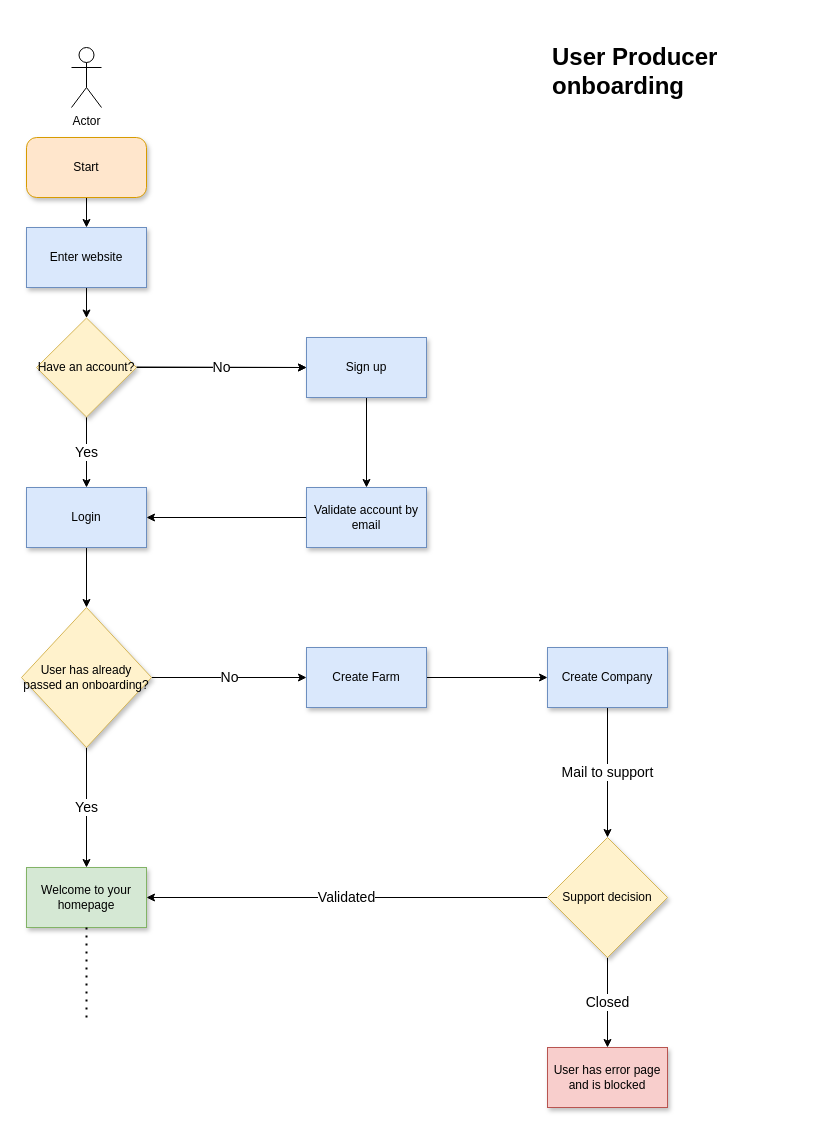
Earlier version of the draw.io diagram Untitled Diagram.drawio (Cavanna-dev/diamonddogs). Source tidied: cells renumbered, new cells numbered last; positions are measured from the earlier drawing's top-left corner, leaving out a move shared by most shapes. Both pictures are drawn from the tidied source at 100%, with x=0, y=0 at pixel (21, 37).
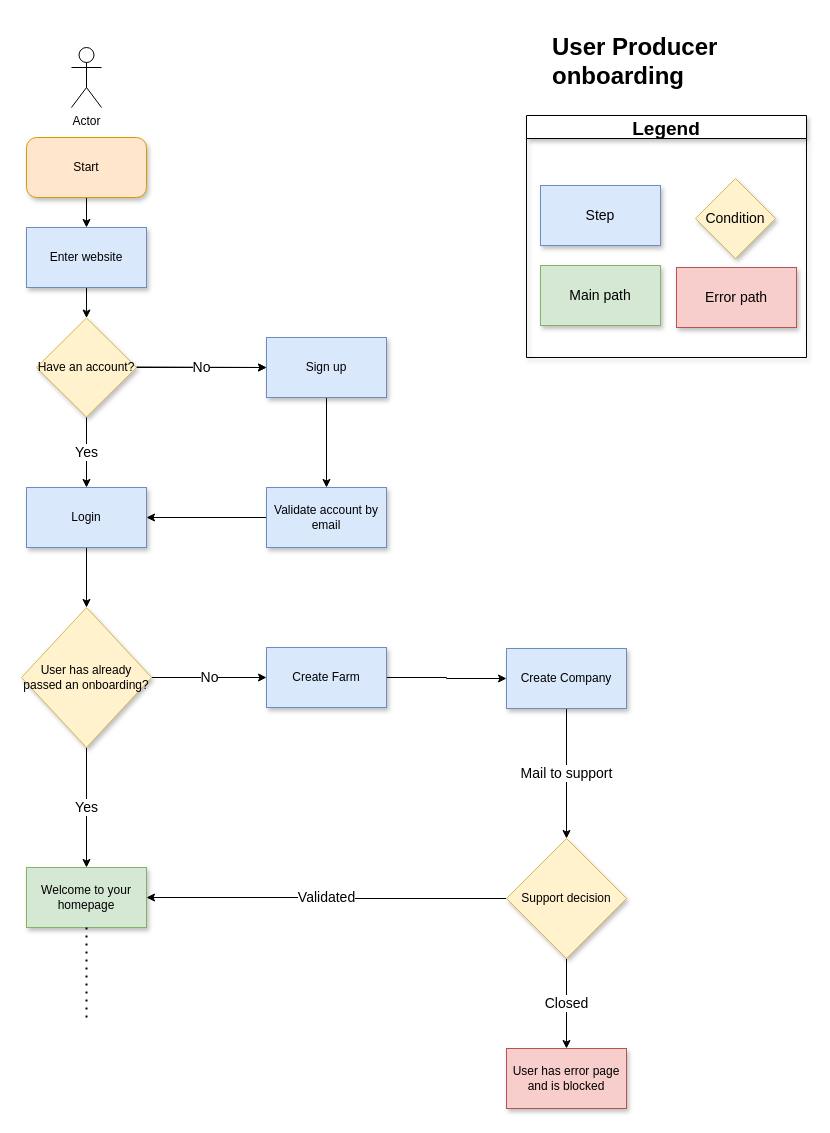
After the change.

Change to the diagram source:
```diff
@@
-<mxGraphModel>
+<mxGraphModel background="#FFFFFF">
@@
     <mxCell id="11" value="Sign up" style="whiteSpace=wrap;html=1;fillColor=#dae8fc;strokeColor=#6c8ebf;shadow=1;" parent="1" vertex="1">
-      <mxGeometry x="285" y="300" width="120" height="60" as="geometry" />
+      <mxGeometry x="245" y="300" width="120" height="60" as="geometry" />
     </mxCell>
@@
-    <mxCell id="14" value="&lt;h1&gt;User Producer onboarding&lt;/h1&gt;" style="text;html=1;strokeColor=none;fillColor=none;spacing=5;spacingTop=-20;whiteSpace=wrap;overflow=hidden;rounded=0;" parent="1" vertex="1">
-      <mxGeometry x="526" width="190" height="120" as="geometry" />
+    <mxCell id="14" value="&lt;h1&gt;User Producer onboarding&lt;br&gt;&lt;br&gt;&lt;/h1&gt;" style="text;html=1;strokeColor=none;fillColor=none;spacing=5;spacingTop=-20;whiteSpace=wrap;overflow=hidden;rounded=0;" parent="1" vertex="1">
+      <mxGeometry x="526" y="-10" width="239" height="70" as="geometry" />
     </mxCell>
@@
     <mxCell id="18" value="Validate account by email" style="whiteSpace=wrap;html=1;fillColor=#dae8fc;strokeColor=#6c8ebf;shadow=1;" parent="1" vertex="1">
-      <mxGeometry x="285" y="450" width="120" height="60" as="geometry" />
+      <mxGeometry x="245" y="450" width="120" height="60" as="geometry" />
     </mxCell>
@@
     <mxCell id="25" value="Create Farm" style="whiteSpace=wrap;html=1;fillColor=#dae8fc;strokeColor=#6c8ebf;shadow=1;" parent="1" vertex="1">
-      <mxGeometry x="285" y="610" width="120" height="60" as="geometry" />
+      <mxGeometry x="245" y="610" width="120" height="60" as="geometry" />
     </mxCell>
@@
     <mxCell id="27" value="Create Company" style="whiteSpace=wrap;html=1;fillColor=#dae8fc;strokeColor=#6c8ebf;shadow=1;" parent="1" vertex="1">
-      <mxGeometry x="526" y="610" width="120" height="60" as="geometry" />
+      <mxGeometry x="485" y="611" width="120" height="60" as="geometry" />
     </mxCell>
@@
     <mxCell id="30" value="Support decision" style="rhombus;whiteSpace=wrap;html=1;fillColor=#fff2cc;strokeColor=#d6b656;shadow=1;" parent="1" vertex="1">
-      <mxGeometry x="526" y="800" width="120" height="120" as="geometry" />
+      <mxGeometry x="485" y="801" width="120" height="120" as="geometry" />
     </mxCell>
     <mxCell id="31" value="User has error page and is blocked" style="whiteSpace=wrap;html=1;fillColor=#f8cecc;strokeColor=#b85450;shadow=1;" parent="1" vertex="1">
-      <mxGeometry x="526" y="1010" width="120" height="60" as="geometry" />
+      <mxGeometry x="485" y="1011" width="120" height="60" as="geometry" />
     </mxCell>
+    <mxCell id="32" value="Step" style="rounded=0;whiteSpace=wrap;html=1;shadow=1;fontSize=14;fillColor=#dae8fc;strokeColor=#6c8ebf;" parent="1" vertex="1">
+      <mxGeometry x="519" y="148" width="120" height="60" as="geometry" />
+    </mxCell>
+    <mxCell id="33" value="Condition" style="rhombus;whiteSpace=wrap;html=1;rounded=0;shadow=1;fontSize=14;fillColor=#fff2cc;strokeColor=#d6b656;" parent="1" vertex="1">
+      <mxGeometry x="674" y="141" width="80" height="80" as="geometry" />
+    </mxCell>
+    <mxCell id="34" value="Main path" style="rounded=0;whiteSpace=wrap;html=1;shadow=1;fontSize=14;fillColor=#d5e8d4;strokeColor=#82b366;" parent="1" vertex="1">
+      <mxGeometry x="519" y="228" width="120" height="60" as="geometry" />
+    </mxCell>
+    <mxCell id="35" value="Error path" style="rounded=0;whiteSpace=wrap;html=1;shadow=1;fontSize=14;fillColor=#f8cecc;strokeColor=#b85450;" parent="1" vertex="1">
+      <mxGeometry x="655" y="230" width="120" height="60" as="geometry" />
+    </mxCell>
+    <mxCell id="36" value="Legend" style="swimlane;rounded=0;shadow=1;fontSize=19;" parent="1" vertex="1">
+      <mxGeometry x="505" y="78" width="280" height="242" as="geometry" />
+    </mxCell>
```
